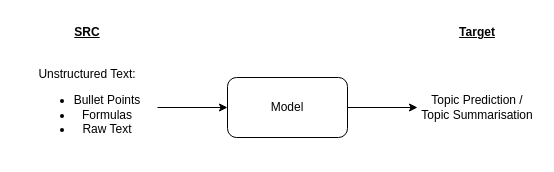
The draw.io diagram notebooks/dataexploration/images/Model-Goal.drawio in Ankinator/ankinator-flashcard-models, before the edit. Source tidied: cells renumbered, new cells numbered last; positions are measured from the earlier drawing's top-left corner, leaving out a move shared by most shapes. Both pictures are drawn from the tidied source at 100%, with x=0, y=0 at pixel (17, 17).
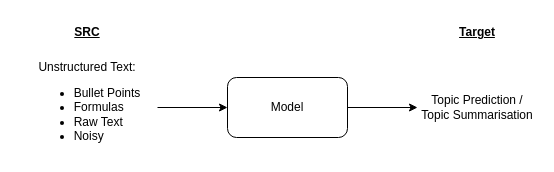
Above is the later version.

Diff of the diagram source:
```diff
@@
 <mxGraphModel>
   <root>
     <mxCell id="0" />
     <mxCell id="1" parent="0" />
     <mxCell id="2" style="edgeStyle=orthogonalEdgeStyle;rounded=0;jettySize=auto;html=1;exitX=1;exitY=0.5;exitDx=0;exitDy=0;entryX=0;entryY=0.5;entryDx=0;entryDy=0;" parent="1" edge="1" source="3" target="5">
       <mxGeometry relative="1" as="geometry" />
     </mxCell>
-    <mxCell id="3" value="Unstructured Text:&lt;br&gt;&lt;ul&gt;&lt;li&gt;Bullet Points&lt;br&gt;&lt;/li&gt;&lt;li&gt;Formulas&lt;/li&gt;&lt;li&gt;Raw Text&lt;/li&gt;&lt;/ul&gt;" style="text;html=1;strokeColor=none;fillColor=none;align=center;verticalAlign=middle;whiteSpace=wrap;rounded=0;" parent="1" vertex="1">
+    <mxCell id="3" value="Unstructured Text:&lt;br&gt;&lt;ul&gt;&lt;li style=&quot;text-align: left;&quot;&gt;Bullet Points&lt;br&gt;&lt;/li&gt;&lt;li style=&quot;text-align: left;&quot;&gt;Formulas&lt;/li&gt;&lt;li style=&quot;text-align: left;&quot;&gt;Raw Text&lt;/li&gt;&lt;li style=&quot;text-align: left;&quot;&gt;Noisy&lt;/li&gt;&lt;/ul&gt;" style="text;html=1;strokeColor=none;fillColor=none;align=center;verticalAlign=middle;whiteSpace=wrap;rounded=0;" parent="1" vertex="1">
       <mxGeometry y="50" width="140" height="80" as="geometry" />
     </mxCell>
     <mxCell id="4" style="edgeStyle=orthogonalEdgeStyle;rounded=0;jettySize=auto;html=1;exitX=1;exitY=0.5;exitDx=0;exitDy=0;" parent="1" edge="1" source="5" target="6">
       <mxGeometry relative="1" as="geometry" />
     </mxCell>
     <mxCell id="5" value="Model" style="rounded=1;whiteSpace=wrap;html=1;" parent="1" vertex="1">
       <mxGeometry x="210" y="60" width="120" height="60" as="geometry" />
     </mxCell>
     <mxCell id="6" value="Topic Prediction / Topic Summarisation" style="text;html=1;strokeColor=none;fillColor=none;align=center;verticalAlign=middle;whiteSpace=wrap;rounded=0;" parent="1" vertex="1">
       <mxGeometry x="400" y="62.5" width="120" height="55" as="geometry" />
     </mxCell>
     <mxCell id="7" value="&lt;b&gt;&lt;u&gt;SRC&lt;/u&gt;&lt;/b&gt;" style="text;html=1;strokeColor=none;fillColor=none;align=center;verticalAlign=middle;whiteSpace=wrap;rounded=0;" parent="1" vertex="1">
       <mxGeometry x="40" width="60" height="30" as="geometry" />
     </mxCell>
     <mxCell id="8" value="&lt;b&gt;&lt;u&gt;Target&lt;/u&gt;&lt;/b&gt;" style="text;html=1;strokeColor=none;fillColor=none;align=center;verticalAlign=middle;whiteSpace=wrap;rounded=0;" parent="1" vertex="1">
       <mxGeometry x="430" width="60" height="30" as="geometry" />
     </mxCell>
   </root>
 </mxGraphModel>
```
